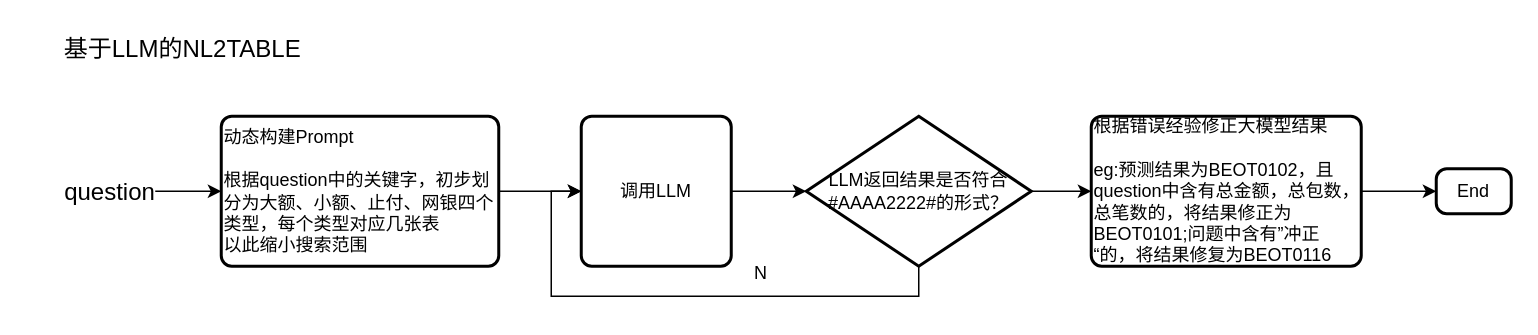
This is page "NL2TABLE" (2 of 12) of NL2SQL_LLM.drawio from CindyZX/drawio_figures, a draw.io file, before an edit. Source tidied: cells renumbered, new cells numbered last; positions are measured from the earlier drawing's top-left corner, leaving out a move shared by most shapes. Both pictures are drawn from the tidied source at 150%, with x=0, y=0 at pixel (26, 26).
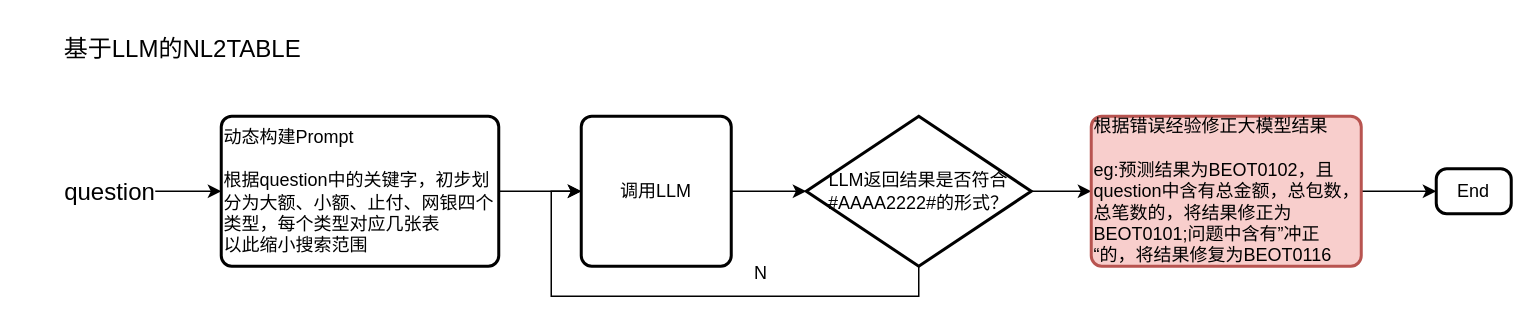
After the change.

The edit, as a diff of the source:
```diff
@@
 <mxGraphModel>
   <root>
     <mxCell id="0" />
     <mxCell id="1" parent="0" />
     <mxCell id="2" value="&lt;font style=&quot;font-size: 16px;&quot;&gt;基于LLM的NL2TABLE&lt;/font&gt;" style="text;html=1;strokeColor=none;fillColor=none;align=center;verticalAlign=middle;whiteSpace=wrap;rounded=0;fontSize=15;" parent="1" vertex="1">
       <mxGeometry width="209" height="30" as="geometry" />
     </mxCell>
     <mxCell id="3" style="edgeStyle=orthogonalEdgeStyle;rounded=0;jettySize=auto;html=1;exitX=1;exitY=0.5;exitDx=0;exitDy=0;entryX=0;entryY=0.5;entryDx=0;entryDy=0;" parent="1" edge="1" source="4" target="6">
       <mxGeometry relative="1" as="geometry" />
     </mxCell>
     <mxCell id="4" value="&lt;font style=&quot;font-size: 16px;&quot;&gt;question&lt;/font&gt;" style="text;html=1;strokeColor=none;fillColor=none;align=center;verticalAlign=middle;whiteSpace=wrap;rounded=0;" parent="1" vertex="1">
       <mxGeometry x="26" y="95" width="60" height="30" as="geometry" />
     </mxCell>
     <mxCell id="5" style="edgeStyle=orthogonalEdgeStyle;rounded=0;jettySize=auto;html=1;exitX=1;exitY=0.5;exitDx=0;exitDy=0;entryX=0;entryY=0.5;entryDx=0;entryDy=0;" parent="1" edge="1" source="6" target="7">
       <mxGeometry relative="1" as="geometry" />
     </mxCell>
     <mxCell id="6" value="动态构建Prompt&lt;br&gt;&lt;br&gt;根据question中的关键字，初步划分为大额、小额、止付、网银四个类型，每个类型对应几张表&lt;br&gt;以此缩小搜索范围" style="rounded=1;whiteSpace=wrap;html=1;absoluteArcSize=1;arcSize=14;strokeWidth=2;align=left;" parent="1" vertex="1">
       <mxGeometry x="130" y="60" width="185" height="100" as="geometry" />
     </mxCell>
     <mxCell id="7" value="调用LLM" style="rounded=1;whiteSpace=wrap;html=1;absoluteArcSize=1;arcSize=14;strokeWidth=2;" parent="1" vertex="1">
       <mxGeometry x="370" y="60" width="100" height="100" as="geometry" />
     </mxCell>
     <mxCell id="8" style="edgeStyle=orthogonalEdgeStyle;rounded=0;jettySize=auto;html=1;exitX=0.5;exitY=1;exitDx=0;exitDy=0;exitPerimeter=0;entryX=0;entryY=0.5;entryDx=0;entryDy=0;" parent="1" edge="1" source="10" target="7">
       <mxGeometry relative="1" as="geometry">
         <Array as="points">
           <mxPoint x="595" y="180" />
           <mxPoint x="350" y="180" />
           <mxPoint x="350" y="110" />
         </Array>
       </mxGeometry>
     </mxCell>
     <mxCell id="9" style="edgeStyle=orthogonalEdgeStyle;rounded=0;jettySize=auto;html=1;exitX=1;exitY=0.5;exitDx=0;exitDy=0;exitPerimeter=0;entryX=0;entryY=0.5;entryDx=0;entryDy=0;" parent="1" edge="1" source="10" target="14">
       <mxGeometry relative="1" as="geometry" />
     </mxCell>
     <mxCell id="10" value="LLM返回结果是否符合#AAAA2222#的形式？" style="strokeWidth=2;html=1;shape=mxgraph.flowchart.decision;whiteSpace=wrap;" parent="1" vertex="1">
       <mxGeometry x="520" y="60" width="150" height="100" as="geometry" />
     </mxCell>
     <mxCell id="11" style="edgeStyle=orthogonalEdgeStyle;rounded=0;jettySize=auto;html=1;exitX=1;exitY=0.5;exitDx=0;exitDy=0;entryX=0;entryY=0.5;entryDx=0;entryDy=0;entryPerimeter=0;" parent="1" edge="1" source="7" target="10">
       <mxGeometry relative="1" as="geometry" />
     </mxCell>
     <mxCell id="12" value="N" style="text;html=1;strokeColor=none;fillColor=none;align=center;verticalAlign=middle;whiteSpace=wrap;rounded=0;" parent="1" vertex="1">
       <mxGeometry x="480" y="150" width="20" height="30" as="geometry" />
     </mxCell>
     <mxCell id="13" style="edgeStyle=orthogonalEdgeStyle;rounded=0;jettySize=auto;html=1;exitX=1;exitY=0.5;exitDx=0;exitDy=0;" parent="1" edge="1" source="14" target="15">
       <mxGeometry relative="1" as="geometry" />
     </mxCell>
-    <mxCell id="14" value="根据错误经验修正大模型结果&lt;br&gt;&lt;div style=&quot;&quot;&gt;&lt;br&gt;&lt;/div&gt;&lt;div style=&quot;&quot;&gt;eg:预测结果为BEOT0102，且question中含有总金额，总包数，总笔数的，将结果修正为BEOT0101;问题中含有”冲正“的，将结果修复为BEOT0116&lt;/div&gt;" style="rounded=1;whiteSpace=wrap;html=1;absoluteArcSize=1;arcSize=14;strokeWidth=2;align=left;" parent="1" vertex="1">
+    <mxCell id="14" value="根据错误经验修正大模型结果&lt;br&gt;&lt;div style=&quot;&quot;&gt;&lt;br&gt;&lt;/div&gt;&lt;div style=&quot;&quot;&gt;eg:预测结果为BEOT0102，且question中含有总金额，总包数，总笔数的，将结果修正为BEOT0101;问题中含有”冲正“的，将结果修复为BEOT0116&lt;/div&gt;" style="rounded=1;whiteSpace=wrap;html=1;absoluteArcSize=1;arcSize=14;strokeWidth=2;align=left;fillColor=#f8cecc;strokeColor=#b85450;" parent="1" vertex="1">
       <mxGeometry x="710" y="60" width="180" height="100" as="geometry" />
     </mxCell>
     <mxCell id="15" value="End" style="rounded=1;whiteSpace=wrap;html=1;absoluteArcSize=1;arcSize=14;strokeWidth=2;" parent="1" vertex="1">
       <mxGeometry x="940" y="95" width="50" height="30" as="geometry" />
     </mxCell>
   </root>
 </mxGraphModel>
```
